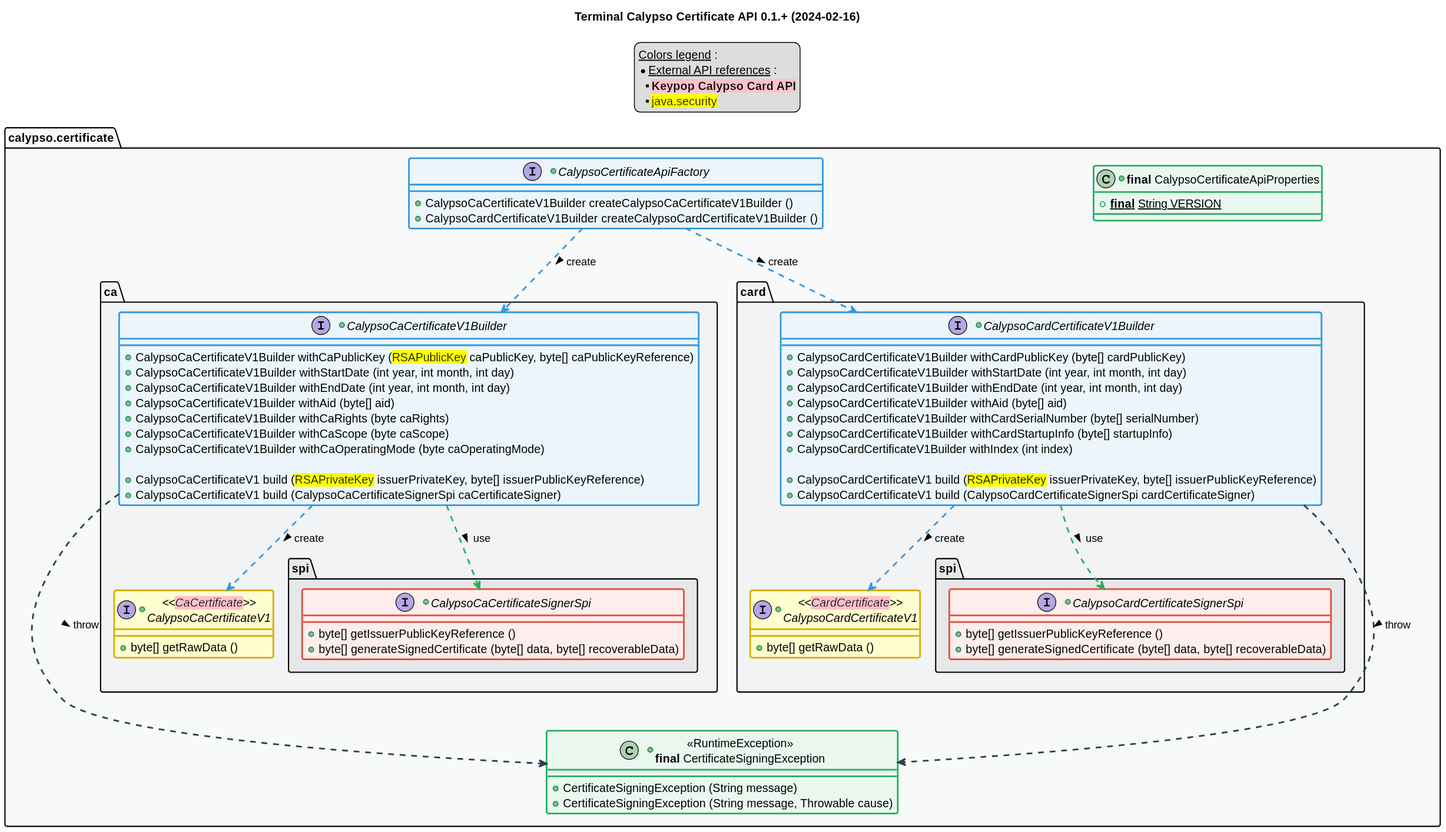
Before: 0.1.0-SNAPSHOT/api_class_diagram.svg, a diagram exported from PlantUML (calypsonet/calypsonet-terminal-calypso-certificate-uml-api).
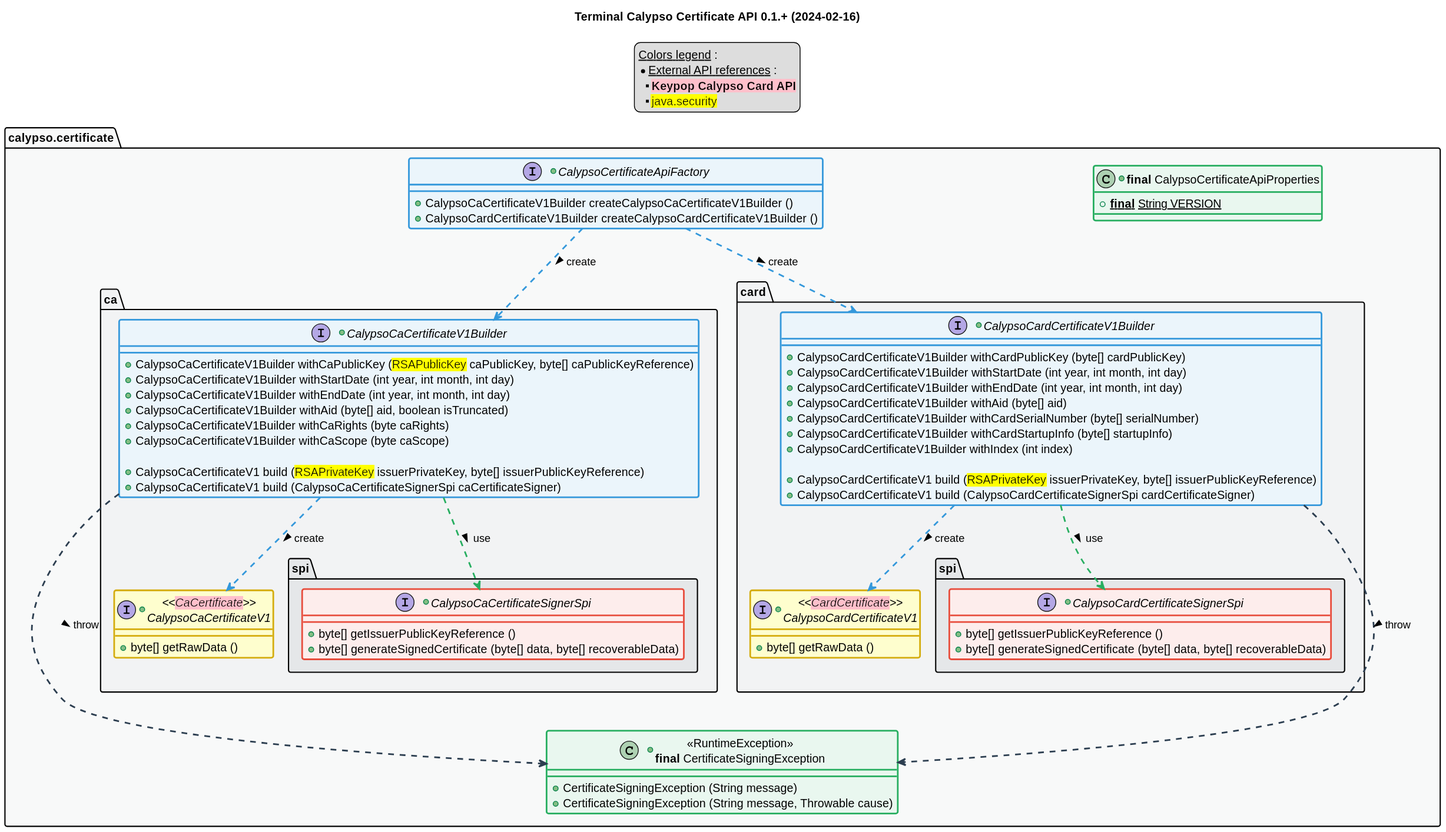
Above is the later version.

What changed in the source:
```diff
@@ -61,10 +61,9 @@
             +CalypsoCaCertificateV1Builder withCaPublicKey (<back:yellow>RSAPublicKey</back> caPublicKey, byte[] caPublicKeyReference)
             +CalypsoCaCertificateV1Builder withStartDate (int year, int month, int day)
             +CalypsoCaCertificateV1Builder withEndDate (int year, int month, int day)
-            +CalypsoCaCertificateV1Builder withAid (byte[] aid)
+            +CalypsoCaCertificateV1Builder withAid (byte[] aid, boolean isTruncated)
             +CalypsoCaCertificateV1Builder withCaRights (byte caRights)
             +CalypsoCaCertificateV1Builder withCaScope (byte caScope)
-            +CalypsoCaCertificateV1Builder withCaOperatingMode (byte caOperatingMode)
 
             +CalypsoCaCertificateV1 build (<back:yellow>RSAPrivateKey</back> issuerPrivateKey, byte[] issuerPublicKeyReference)
             +CalypsoCaCertificateV1 build (CalypsoCaCertificateSignerSpi caCertificateSigner)
```
